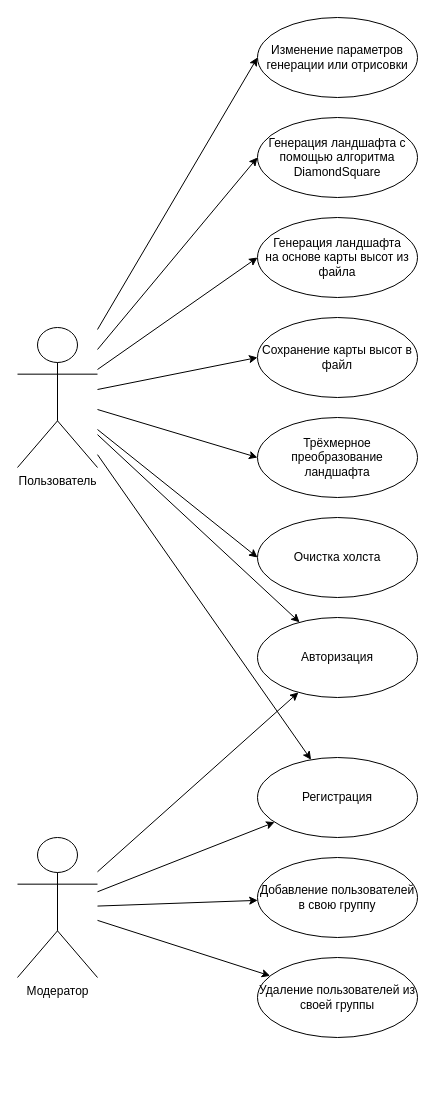
Earlier version of the draw.io diagram use-case.drawio (Inlucker/PPO). Source tidied: cells renumbered, new cells numbered last; positions are measured from the earlier drawing's top-left corner, leaving out a move shared by most shapes. Both pictures are drawn from the tidied source at 100%, with x=0, y=0 at pixel (17, 17).
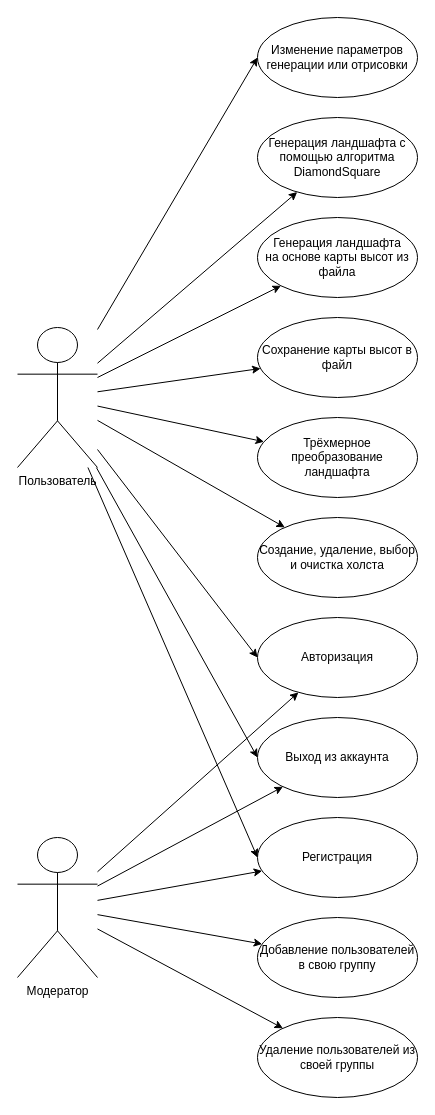
The same page after the edit.

Unchanged cells that the change refers to:
```xml
<mxCell id="3" value="&lt;div&gt;Генерация ландшафта с помощью алгоритма DiamondSquare&lt;br&gt;&lt;/div&gt;" style="ellipse;whiteSpace=wrap;html=1;" parent="1" vertex="1">
  <mxGeometry x="240" y="100" width="160" height="80" as="geometry" />
</mxCell>
<mxCell id="4" value="Генерация ландшафта &lt;br&gt;на основе карты высот из файла" style="ellipse;whiteSpace=wrap;html=1;" parent="1" vertex="1">
  <mxGeometry x="240" y="200" width="160" height="80" as="geometry" />
</mxCell>
<mxCell id="5" value="Сохранение карты высот в файл" style="ellipse;whiteSpace=wrap;html=1;" parent="1" vertex="1">
  <mxGeometry x="240" y="300" width="160" height="80" as="geometry" />
</mxCell>
<mxCell id="10" value="Трёхмерное преобразование ландшафта" style="ellipse;whiteSpace=wrap;html=1;" parent="1" vertex="1">
  <mxGeometry x="240" y="400" width="160" height="80" as="geometry" />
</mxCell>
<mxCell id="12" value="&lt;div&gt;Пользователь&lt;/div&gt;" style="shape=umlActor;verticalLabelPosition=bottom;verticalAlign=top;html=1;outlineConnect=0;" parent="1" vertex="1">
  <mxGeometry y="310" width="80" height="140" as="geometry" />
</mxCell>
<mxCell id="13" value="Модератор" style="shape=umlActor;verticalLabelPosition=bottom;verticalAlign=top;html=1;outlineConnect=0;" parent="1" vertex="1">
  <mxGeometry y="820" width="80" height="140" as="geometry" />
</mxCell>
<mxCell id="16" value="Авторизация" style="ellipse;whiteSpace=wrap;html=1;" parent="1" vertex="1">
  <mxGeometry x="240" y="600" width="160" height="80" as="geometry" />
</mxCell>
```

Diff of the diagram source:
```diff
@@
-    <mxCell id="7" style="endArrow=classic;html=1;rounded=0;entryX=0;entryY=0.5;entryDx=0;entryDy=0;" parent="1" edge="1" source="12" target="3">
+    <mxCell id="7" style="endArrow=classic;html=1;rounded=0;" parent="1" edge="1" source="12" target="3">
       <mxGeometry relative="1" as="geometry" />
     </mxCell>
-    <mxCell id="8" style="endArrow=classic;html=1;rounded=0;entryX=0;entryY=0.5;entryDx=0;entryDy=0;" parent="1" edge="1" source="12" target="4">
+    <mxCell id="8" style="endArrow=classic;html=1;rounded=0;" parent="1" edge="1" source="12" target="4">
       <mxGeometry relative="1" as="geometry" />
     </mxCell>
-    <mxCell id="9" style="endArrow=classic;html=1;rounded=0;entryX=0;entryY=0.5;entryDx=0;entryDy=0;" parent="1" edge="1" source="12" target="5">
+    <mxCell id="9" style="endArrow=classic;html=1;rounded=0;" parent="1" edge="1" source="12" target="5">
       <mxGeometry relative="1" as="geometry" />
     </mxCell>
@@
-    <mxCell id="11" style="endArrow=classic;html=1;rounded=0;entryX=0;entryY=0.5;entryDx=0;entryDy=0;" parent="1" edge="1" source="12" target="10">
+    <mxCell id="11" style="endArrow=classic;html=1;rounded=0;" parent="1" edge="1" source="12" target="10">
       <mxGeometry relative="1" as="geometry" />
     </mxCell>
@@
     <mxCell id="14" value="Добавление пользователей в свою группу" style="ellipse;whiteSpace=wrap;html=1;" parent="1" vertex="1">
-      <mxGeometry x="240" y="840" width="160" height="80" as="geometry" />
+      <mxGeometry x="240" y="900" width="160" height="80" as="geometry" />
     </mxCell>
     <mxCell id="15" value="&lt;div&gt;Удаление пользователей из своей группы&lt;/div&gt;" style="ellipse;whiteSpace=wrap;html=1;" parent="1" vertex="1">
-      <mxGeometry x="240" y="940" width="160" height="80" as="geometry" />
+      <mxGeometry x="240" y="1000" width="160" height="80" as="geometry" />
     </mxCell>
@@
     <mxCell id="17" value="Регистрация" style="ellipse;whiteSpace=wrap;html=1;" parent="1" vertex="1">
-      <mxGeometry x="240" y="740" width="160" height="80" as="geometry" />
+      <mxGeometry x="240" y="800" width="160" height="80" as="geometry" />
     </mxCell>
@@
-    <mxCell id="22" style="endArrow=classic;html=1;rounded=0;" parent="1" edge="1" source="12" target="17">
+    <mxCell id="22" style="endArrow=classic;html=1;rounded=0;entryX=0;entryY=0.5;entryDx=0;entryDy=0;" parent="1" edge="1" source="12" target="17">
       <mxGeometry relative="1" as="geometry" />
     </mxCell>
-    <mxCell id="23" style="endArrow=classic;html=1;rounded=0;" parent="1" edge="1" source="12" target="16">
+    <mxCell id="23" style="endArrow=classic;html=1;rounded=0;entryX=0;entryY=0.5;entryDx=0;entryDy=0;" parent="1" edge="1" source="12" target="16">
       <mxGeometry relative="1" as="geometry" />
     </mxCell>
-    <mxCell id="24" value="Очистка холста" style="ellipse;whiteSpace=wrap;html=1;" parent="1" vertex="1">
+    <mxCell id="24" value="Создание, удаление, выбор и очистка холста" style="ellipse;whiteSpace=wrap;html=1;" parent="1" vertex="1">
       <mxGeometry x="240" y="500" width="160" height="80" as="geometry" />
     </mxCell>
-    <mxCell id="25" style="endArrow=classic;html=1;rounded=0;entryX=0;entryY=0.5;entryDx=0;entryDy=0;" parent="1" edge="1" source="12" target="24">
+    <mxCell id="25" style="endArrow=classic;html=1;rounded=0;" parent="1" edge="1" source="12" target="24">
       <mxGeometry relative="1" as="geometry" />
     </mxCell>
+    <mxCell id="26" value="Выход из аккаунта" style="ellipse;whiteSpace=wrap;html=1;" parent="1" vertex="1">
+      <mxGeometry x="240" y="700" width="160" height="80" as="geometry" />
+    </mxCell>
+    <mxCell id="27" style="endArrow=classic;html=1;rounded=0;" parent="1" edge="1" source="13" target="26">
+      <mxGeometry relative="1" as="geometry" />
+    </mxCell>
+    <mxCell id="28" style="endArrow=classic;html=1;rounded=0;entryX=0;entryY=0.5;entryDx=0;entryDy=0;" parent="1" edge="1" source="12" target="26">
+      <mxGeometry relative="1" as="geometry" />
+    </mxCell>
```
